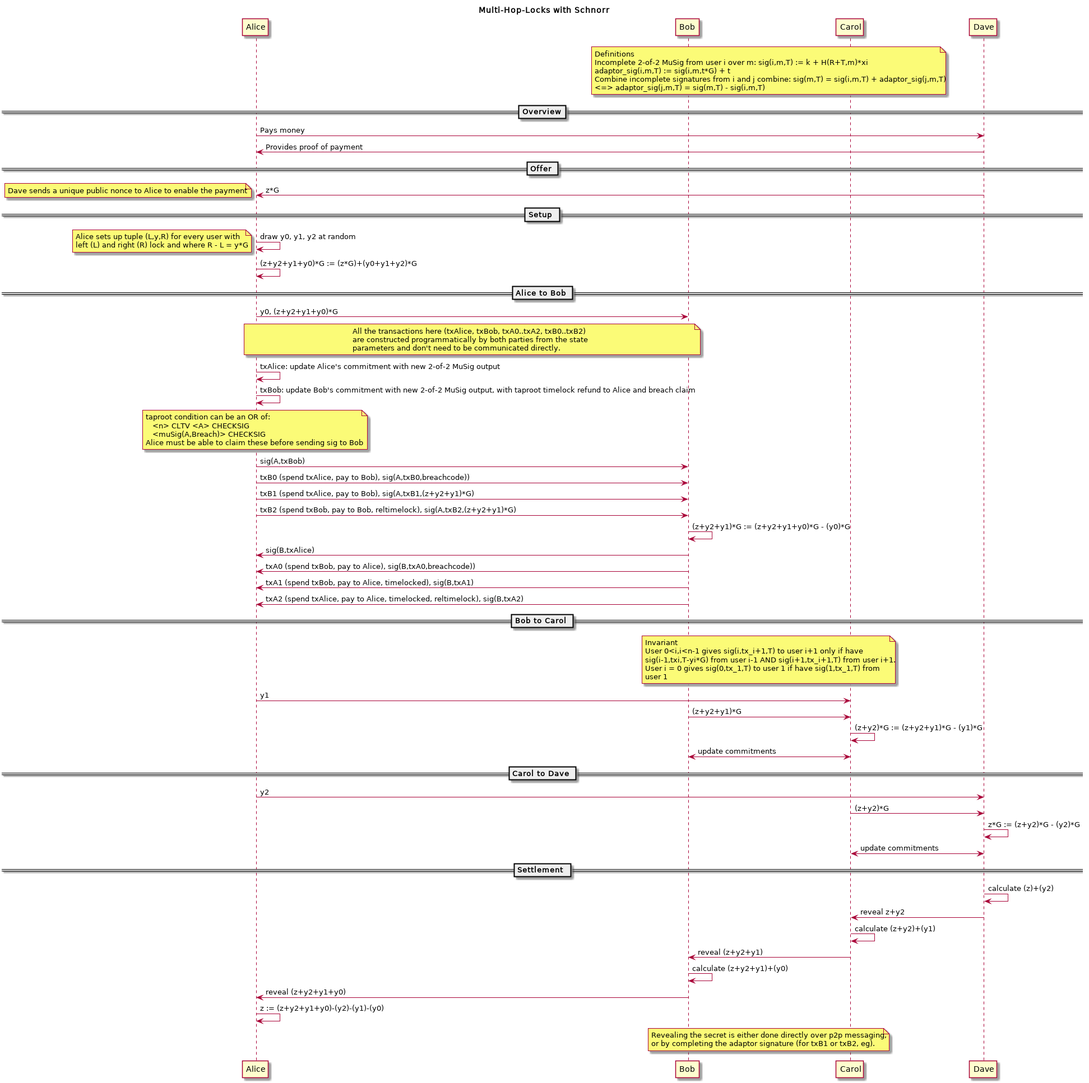
Above: md/images/multi-hop-locks.png in ajtowns/scriptless-scripts (PlantUML), before the change.
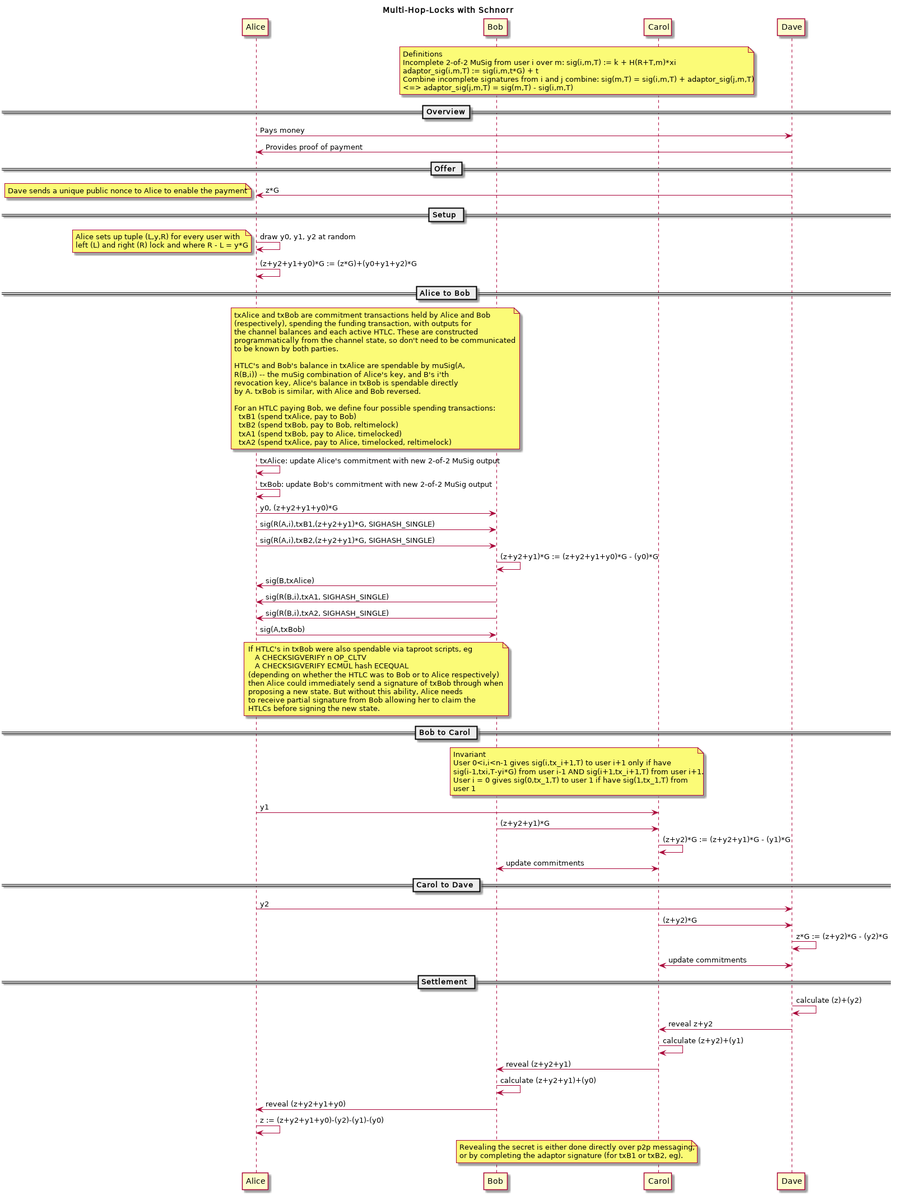
After the commit.

Commit message:
fixup for my old scriptless lightning-penalty

What changed in the source:
```diff
@@ -33,36 +33,50 @@
 
 == Alice to Bob ==
 
-    Alice->Bob  : y0, (z+y2+y1+y0)*G
+    note over Alice,Bob
+       txAlice and txBob are commitment transactions held by Alice and Bob
+       (respectively), spending the funding transaction, with outputs for
+       the channel balances and each active HTLC. These are constructed
+       programmatically from the channel state, so don't need to be communicated
+       to be known by both parties.
 
-    note over Alice,Bob
-       All the transactions here (txAlice, txBob, txA0..txA2, txB0..txB2)
-       are constructed programmatically by both parties from the state
-       parameters and don't need to be communicated directly.
+       HTLC's and Bob's balance in txAlice are spendable by muSig(A,
+       R(B,i)) -- the muSig combination of Alice's key, and B's i'th
+       revocation key, Alice's balance in txBob is spendable directly
+       by A. txBob is similar, with Alice and Bob reversed.
+
+       For an HTLC paying Bob, we define four possible spending transactions:
+         txB1 (spend txAlice, pay to Bob)
+         txB2 (spend txBob, pay to Bob, reltimelock)
+         txA1 (spend txBob, pay to Alice, timelocked)
+         txA2 (spend txAlice, pay to Alice, timelocked, reltimelock)
     end note
 
     Alice->Alice: txAlice: update Alice's commitment with new 2-of-2 MuSig output
-    Alice->Alice: txBob: update Bob's commitment with new 2-of-2 MuSig output, with taproot timelock refund to Alice and breach claim
+    Alice->Alice: txBob: update Bob's commitment with new 2-of-2 MuSig output
 
-    note over Alice
-       taproot condition can be an OR of:
-          <n> CLTV <A> CHECKSIG
-          <muSig(A,Breach)> CHECKSIG
-       Alice must be able to claim these before sending sig to Bob
-    end note
-
-    Alice->Bob  : sig(A,txBob)
-
-    Alice->Bob  : txB0 (spend txAlice, pay to Bob), sig(A,txB0,breachcode))
-    Alice->Bob  : txB1 (spend txAlice, pay to Bob), sig(A,txB1,(z+y2+y1)*G)
-    Alice->Bob  : txB2 (spend txBob, pay to Bob, reltimelock), sig(A,txB2,(z+y2+y1)*G)
+    Alice->Bob  : y0, (z+y2+y1+y0)*G
+    Alice->Bob  : sig(R(A,i),txB1,(z+y2+y1)*G, SIGHASH_SINGLE)
+    Alice->Bob  : sig(R(A,i),txB2,(z+y2+y1)*G, SIGHASH_SINGLE)
 
     Bob->Bob    : (z+y2+y1)*G := (z+y2+y1+y0)*G - (y0)*G
 
     Bob->Alice  : sig(B,txAlice)
-    Bob->Alice  : txA0 (spend txBob, pay to Alice), sig(B,txA0,breachcode))
-    Bob->Alice  : txA1 (spend txBob, pay to Alice, timelocked), sig(B,txA1)
-    Bob->Alice  : txA2 (spend txAlice, pay to Alice, timelocked, reltimelock), sig(B,txA2)
+    Bob->Alice  : sig(R(B,i),txA1, SIGHASH_SINGLE)
+    Bob->Alice  : sig(R(B,i),txA2, SIGHASH_SINGLE)
+
+    Alice->Bob  : sig(A,txBob)
+
+    note over Alice,Bob
+       If HTLC's in txBob were also spendable via taproot scripts, eg
+          A CHECKSIGVERIFY n OP_CLTV
+          A CHECKSIGVERIFY ECMUL hash ECEQUAL
+       (depending on whether the HTLC was to Bob or to Alice respectively)
+       then Alice could immediately send a signature of txBob through when
+       proposing a new state. But without this ability, Alice needs
+       to receive partial signature from Bob allowing her to claim the
+       HTLCs before signing the new state.
+    end note
 
 == Bob to Carol ==
 
```
